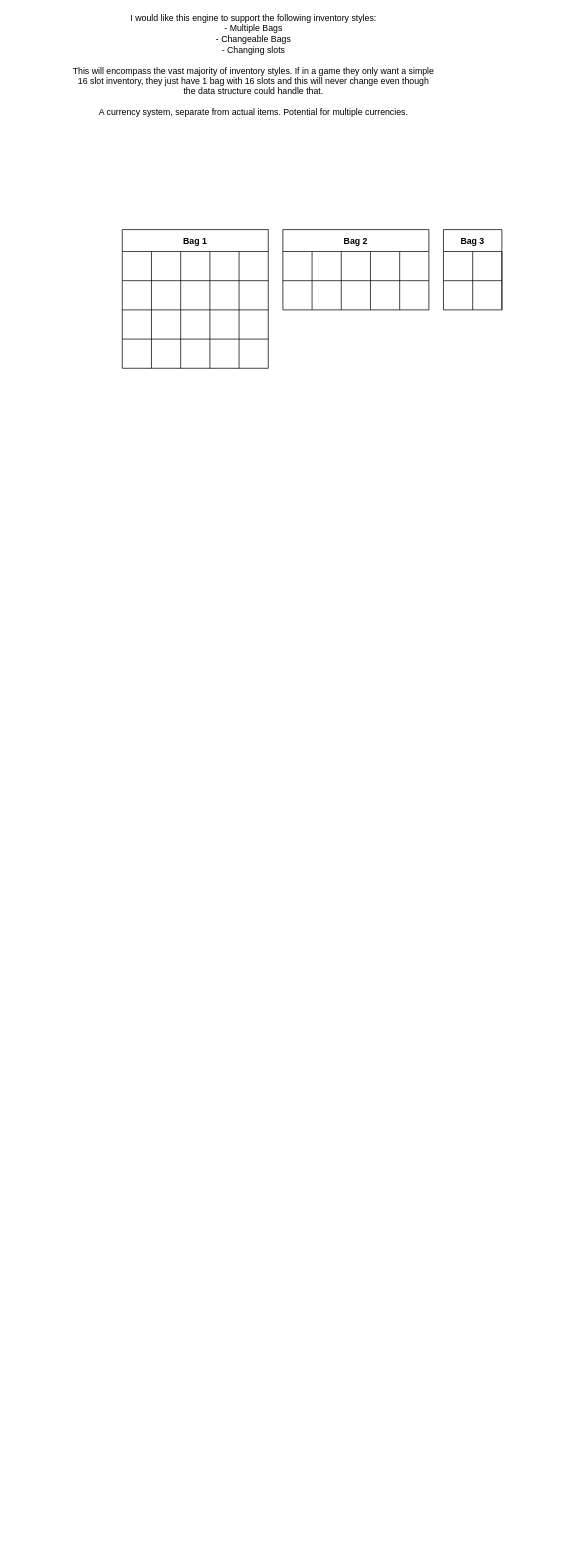
the-kings-man/Zeph keeps this draw.io diagram as ZephInventoryDesign.drawio. Above is the earlier version. Source tidied: cells renumbered, new cells numbered last; positions are measured from the earlier drawing's top-left corner, leaving out a move shared by most shapes. Both pictures are drawn from the tidied source at 73%, with x=0, y=0 at pixel (71, 54).
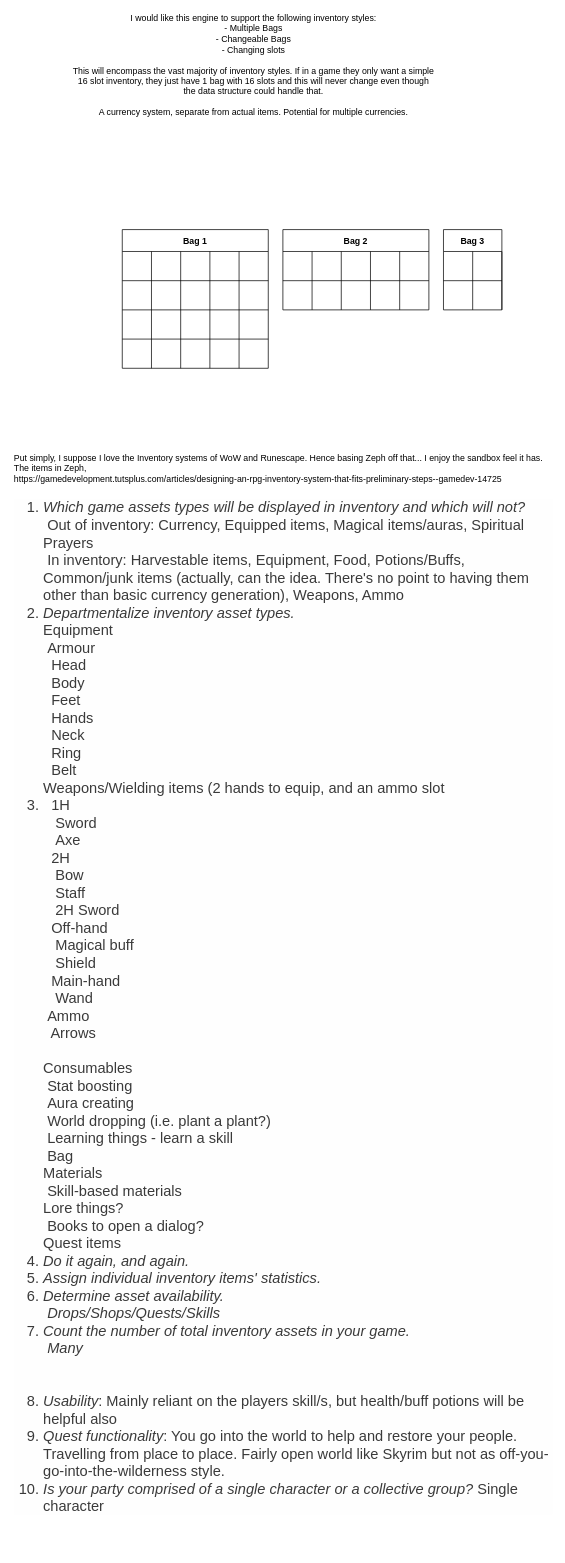
The same diagram, later.

The edit, as a diff of the source:
```diff
@@
+    <mxCell id="21" value="Put simply, I suppose I love the Inventory systems of WoW and Runescape. Hence basing Zeph off that... I enjoy the sandbox feel it has.&lt;br&gt;The items in Zeph,&amp;nbsp;&lt;br&gt;https://gamedevelopment.tutsplus.com/articles/designing-an-rpg-inventory-system-that-fits-preliminary-steps--gamedev-14725&lt;br&gt;&lt;ol style=&quot;box-sizing: border-box ; color: rgb(58 , 58 , 58) ; font-family: , &amp;#34;roboto&amp;#34; , &amp;#34;arial&amp;#34; , sans-serif ; font-size: 20px ; background-color: rgb(254 , 254 , 254)&quot;&gt;&lt;li style=&quot;box-sizing: border-box&quot;&gt;&lt;em style=&quot;box-sizing: border-box&quot;&gt;Which game assets types will be displayed in inventory and which will not?&lt;br&gt;&lt;/em&gt;&amp;nbsp;Out of inventory: Currency, Equipped items, Magical items/auras, Spiritual Prayers&lt;br&gt;&amp;nbsp;In inventory: Harvestable items, Equipment, Food, Potions/Buffs, Common/junk items (actually, can the idea. There's no point to having them other than basic currency generation), Weapons, Ammo&lt;/li&gt;&lt;li style=&quot;box-sizing: border-box&quot;&gt;&lt;em style=&quot;box-sizing: border-box&quot;&gt;Departmentalize inventory asset types.&lt;br&gt;&lt;/em&gt;Equipment&lt;br&gt;&amp;nbsp;Armour&lt;br&gt;&amp;nbsp; Head&lt;br&gt;&amp;nbsp; Body&lt;br&gt;&amp;nbsp; Feet&lt;br&gt;&amp;nbsp; Hands&lt;br&gt;&amp;nbsp; Neck&lt;br&gt;&amp;nbsp; Ring&lt;br&gt;&amp;nbsp; Belt&lt;br&gt;Weapons/Wielding items (2 hands to equip, and an ammo slot&lt;/li&gt;&lt;li style=&quot;box-sizing: border-box&quot;&gt;&amp;nbsp; 1H&lt;br&gt;&amp;nbsp; &amp;nbsp;Sword&lt;br&gt;&amp;nbsp; &amp;nbsp;Axe&lt;br&gt;&amp;nbsp; 2H&lt;br&gt;&amp;nbsp; &amp;nbsp;Bow&lt;br&gt;&amp;nbsp; &amp;nbsp;Staff&lt;br&gt;&amp;nbsp; &amp;nbsp;2H Sword&lt;br&gt;&amp;nbsp; Off-hand&lt;br&gt;&amp;nbsp; &amp;nbsp;Magical buff&lt;br&gt;&amp;nbsp; &amp;nbsp;Shield&lt;br&gt;&amp;nbsp; Main-hand&lt;br&gt;&amp;nbsp; &amp;nbsp;Wand&lt;br&gt;&amp;nbsp;Ammo&lt;br&gt;&amp;nbsp; Arrows&lt;br&gt;&amp;nbsp;&lt;br&gt;Consumables&lt;br&gt;&amp;nbsp;Stat boosting&lt;br&gt;&amp;nbsp;Aura creating&lt;br&gt;&amp;nbsp;World dropping (i.e. plant a plant?)&lt;br&gt;&amp;nbsp;Learning things - learn a skill&lt;br&gt;&amp;nbsp;Bag&lt;br&gt;Materials&lt;br&gt;&amp;nbsp;Skill-based materials&lt;br&gt;Lore things?&lt;br&gt;&amp;nbsp;Books to open a dialog?&lt;br&gt;Quest items&lt;br&gt;&lt;/li&gt;&lt;li style=&quot;box-sizing: border-box&quot;&gt;&lt;em style=&quot;box-sizing: border-box&quot;&gt;Do it again, and again.&lt;/em&gt;&lt;/li&gt;&lt;li style=&quot;box-sizing: border-box&quot;&gt;&lt;em style=&quot;box-sizing: border-box&quot;&gt;Assign individual inventory items' statistics.&lt;/em&gt;&lt;/li&gt;&lt;li style=&quot;box-sizing: border-box&quot;&gt;&lt;em style=&quot;box-sizing: border-box&quot;&gt;Determine asset availability.&lt;br&gt;&amp;nbsp;Drops/Shops/Quests/Skills&lt;/em&gt;&lt;/li&gt;&lt;li style=&quot;box-sizing: border-box&quot;&gt;&lt;em style=&quot;box-sizing: border-box&quot;&gt;Count the number of total inventory assets in your game.&lt;br&gt;&amp;nbsp;Many&lt;br&gt;&lt;br&gt;&lt;br&gt;&lt;/em&gt;&lt;/li&gt;&lt;li style=&quot;box-sizing: border-box&quot;&gt;&lt;em style=&quot;box-sizing: border-box&quot;&gt;Usability&lt;/em&gt;: Mainly reliant on the players skill/s, but health/buff potions will be helpful also&lt;/li&gt;&lt;li style=&quot;box-sizing: border-box&quot;&gt;&lt;em style=&quot;box-sizing: border-box&quot;&gt;Quest functionality&lt;/em&gt;: You go into the world to help and restore your people. Travelling from place to place. Fairly open world like Skyrim but not as off-you-go-into-the-wilderness style.&lt;/li&gt;&lt;li style=&quot;box-sizing: border-box&quot;&gt;&lt;em style=&quot;box-sizing: border-box&quot;&gt;Is your party comprised of a single character or a collective group?&lt;/em&gt;&amp;nbsp;Single character&lt;/li&gt;&lt;/ol&gt;&lt;div&gt;&lt;font color=&quot;#3a3a3a&quot;&gt;&lt;span style=&quot;font-size: 20px&quot;&gt;&lt;i&gt;&lt;br&gt;&lt;/i&gt;&lt;/span&gt;&lt;/font&gt;&lt;/div&gt;" style="text;html=1;strokeColor=none;fillColor=none;align=left;verticalAlign=middle;whiteSpace=wrap;rounded=0;" parent="1" vertex="1">
+      <mxGeometry x="-80" y="540" width="740" height="1510" as="geometry" />
+    </mxCell>
```
